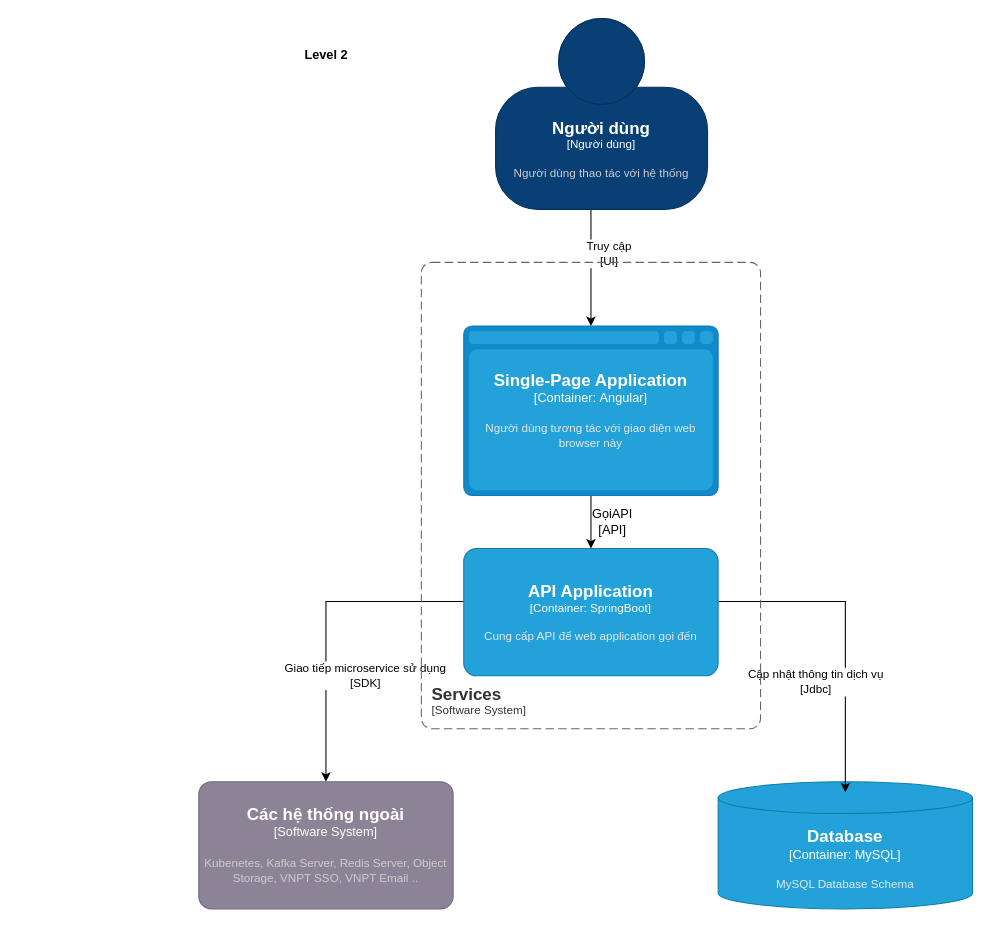
dangngocsoncntt/draw.io keeps this draw.io diagram as lv2-Shorten.drawio. Above is the earlier version. Source tidied: cells renumbered, new cells numbered last; positions are measured from the earlier drawing's top-left corner, leaving out a move shared by most shapes. Both pictures are drawn from the tidied source at 106%, with x=0, y=0 at pixel (198, 18).
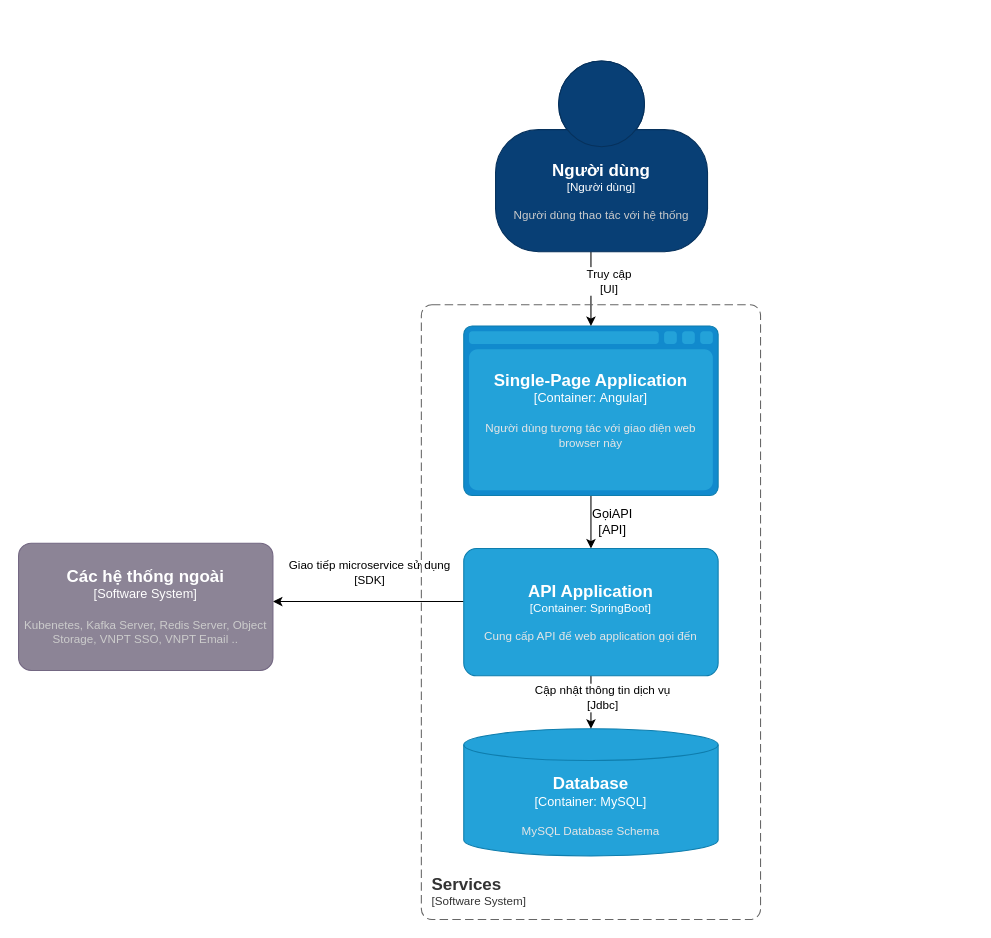
The same page after the edit.

Unchanged cells that the change refers to:
```xml
<mxCell id="8" style="edgeStyle=orthogonalEdgeStyle;rounded=0;jettySize=auto;html=1;" parent="1" edge="1" source="10" target="16">
  <mxGeometry relative="1" as="geometry">
    <Array as="points">
      <mxPoint x="190" y="550" />
      <mxPoint x="190" y="550" />
    </Array>
  </mxGeometry>
</mxCell>
<object id="10" label="&lt;font style=&quot;font-size: 16px&quot;&gt;&lt;b&gt;%c4Name%&lt;/b&gt;&lt;/font&gt;&lt;div&gt;[%c4Type%: %c4Technology%]&lt;/div&gt;&lt;br&gt;&lt;div&gt;&lt;font style=&quot;font-size: 11px&quot;&gt;&lt;font color=&quot;#E6E6E6&quot;&gt;%c4Description%&lt;/font&gt;&lt;/div&gt;" c4Description="Cung cấp API để web application gọi đến " c4Name="API Application" c4Technology="SpringBoot" c4Type="Container" placeholders="1">
  <mxCell style="rounded=1;whiteSpace=wrap;html=1;fontSize=11;labelBackgroundColor=none;fillColor=#23A2D9;fontColor=#ffffff;align=center;arcSize=10;strokeColor=#0E7DAD;points=[[0.25,0,0],[0.5,0,0],[0.75,0,0],[1,0.25,0],[1,0.5,0],[1,0.75,0],[0.75,1,0],[0.5,1,0],[0.25,1,0],[0,0.75,0],[0,0.5,0],[0,0.25,0]];" parent="1" vertex="1">
    <mxGeometry x="250" y="500" width="240" height="120" as="geometry" />
  </mxCell>
</object>
```

The edit, as a diff of the source:
```diff
@@
-    <mxCell id="2" value="Level 2" style="text;html=1;align=center;verticalAlign=middle;strokeColor=none;fillColor=none;fontStyle=1;" parent="1" vertex="1">
-      <mxGeometry x="90" y="20" width="60" height="30" as="geometry" />
-    </mxCell>
     <object id="3" label="&lt;font style=&quot;font-size: 16px&quot;&gt;&lt;b&gt;%c4Type%&lt;/b&gt;&lt;/font&gt;&lt;div&gt;[%c4Container%:&amp;nbsp;%c4Technology%]&lt;/div&gt;&lt;br&gt;&lt;div&gt;&lt;font style=&quot;font-size: 11px&quot;&gt;&lt;font color=&quot;#E6E6E6&quot;&gt;%c4Description%&lt;/font&gt;&lt;/div&gt;" c4Container="Container" c4Description="MySQL Database Schema" c4Technology="MySQL" c4Type="Database" placeholders="1">
       <mxCell style="shape=cylinder3;size=15;whiteSpace=wrap;html=1;boundedLbl=1;rounded=0;labelBackgroundColor=none;fillColor=#23A2D9;fontSize=12;fontColor=#ffffff;align=center;strokeColor=#0E7DAD;points=[[0.5,0,0],[1,0.25,0],[1,0.5,0],[1,0.75,0],[0.5,1,0],[0,0.75,0],[0,0.5,0],[0,0.25,0]];" parent="1" vertex="1">
-        <mxGeometry x="490" y="720" width="240" height="120" as="geometry" />
+        <mxGeometry x="250" y="670" width="240" height="120" as="geometry" />
       </mxCell>
     </object>
@@
-    <mxCell id="6" style="edgeStyle=orthogonalEdgeStyle;rounded=0;jettySize=auto;html=1;" parent="1" edge="1" source="10">
+    <mxCell id="6" style="edgeStyle=orthogonalEdgeStyle;rounded=0;jettySize=auto;html=1;" parent="1" edge="1" source="10" target="3">
       <mxGeometry relative="1" as="geometry">
-        <mxPoint x="610" y="730" as="targetPoint" />
         <Array as="points">
-          <mxPoint x="610" y="550" />
+          <mxPoint x="360" y="670" />
+          <mxPoint x="360" y="670" />
         </Array>
       </mxGeometry>
     </mxCell>
     <mxCell id="7" value="Cập nhật thông tin dịch vụ&lt;br&gt;[Jdbc]" style="edgeLabel;html=1;align=center;verticalAlign=middle;" parent="6" vertex="1">
       <mxGeometry x="0.57" relative="1" as="geometry">
-        <mxPoint x="-29" y="-40" as="offset" />
+        <mxPoint x="10" y="-19" as="offset" />
       </mxGeometry>
     </mxCell>
@@
     <mxCell id="9" value="Giao tiếp microservice sử dụng&lt;br&gt;[SDK]" style="edgeLabel;html=1;align=center;verticalAlign=middle;" parent="8" vertex="1">
       <mxGeometry x="0.52" y="1" relative="1" as="geometry">
-        <mxPoint x="35" y="-29" as="offset" />
+        <mxPoint x="47" y="-29" as="offset" />
       </mxGeometry>
     </mxCell>
@@
     <object id="13" label="&lt;font style=&quot;font-size: 16px&quot;&gt;&lt;b&gt;%c4Name%&lt;/b&gt;&lt;/font&gt;&lt;div&gt;[%c4Type%]&lt;/div&gt;&lt;br&gt;&lt;div&gt;&lt;font style=&quot;font-size: 11px&quot;&gt;&lt;font color=&quot;#cccccc&quot;&gt;%c4Description%&lt;/font&gt;&lt;/div&gt;" c4Description="Người dùng thao tác với hệ thống" c4Name="Người dùng" c4Type="Người dùng" placeholders="1">
       <mxCell style="html=1;fontSize=11;dashed=0;whiteSpace=wrap;fillColor=#083F75;strokeColor=#06315C;fontColor=#ffffff;shape=mxgraph.c4.person2;align=center;points=[[0.5,0,0],[1,0.5,0],[1,0.75,0],[0.75,1,0],[0.5,1,0],[0.25,1,0],[0,0.75,0],[0,0.5,0]];" parent="1" vertex="1">
-        <mxGeometry x="280" width="200" height="180" as="geometry" />
+        <mxGeometry x="280" y="40" width="200" height="180" as="geometry" />
       </mxCell>
     </object>
     <object id="14" label="&lt;font style=&quot;font-size: 16px&quot;&gt;&lt;b&gt;&lt;div style=&quot;text-align: left&quot;&gt;%c4Name%&lt;/div&gt;&lt;/b&gt;&lt;/font&gt;&lt;div style=&quot;text-align: left&quot;&gt;[%c4Application%]&lt;/div&gt;" c4Application="Software System" c4Name="Services" placeholders="1">
       <mxCell style="rounded=1;fontSize=11;whiteSpace=wrap;html=1;dashed=1;arcSize=20;fillColor=none;strokeColor=#666666;fontColor=#333333;labelBackgroundColor=none;align=left;verticalAlign=bottom;labelBorderColor=none;spacingTop=0;spacing=10;dashPattern=8 4;perimeter=rectanglePerimeter;noLabel=0;labelPadding=0;absoluteArcSize=1;" parent="1" vertex="1">
-        <mxGeometry x="210" y="230" width="320" height="440" as="geometry" />
+        <mxGeometry x="210" y="270" width="320" height="580" as="geometry" />
       </mxCell>
     </object>
@@
     <object id="16" label="&lt;font style=&quot;font-size: 16px&quot;&gt;&lt;b&gt;%c4Name%&lt;/b&gt;&lt;/font&gt;&lt;div&gt;[%c4Type%]&lt;/div&gt;&lt;br&gt;&lt;div&gt;&lt;font style=&quot;font-size: 11px&quot;&gt;&lt;font color=&quot;#cccccc&quot;&gt;%c4Description%&lt;/font&gt;&lt;/div&gt;" c4Description="Kubenetes, Kafka Server, Redis Server, Object Storage, VNPT SSO, VNPT Email .." c4Name="Các hệ thống ngoài" c4Type="Software System" placeholders="1">
       <mxCell style="rounded=1;whiteSpace=wrap;html=1;labelBackgroundColor=none;fillColor=#8C8496;fontColor=#ffffff;align=center;arcSize=10;strokeColor=#736782;points=[[0.25,0,0],[0.5,0,0],[0.75,0,0],[1,0.25,0],[1,0.5,0],[1,0.75,0],[0.75,1,0],[0.5,1,0],[0.25,1,0],[0,0.75,0],[0,0.5,0],[0,0.25,0]];" parent="1" vertex="1">
-        <mxGeometry y="720" width="240" height="120" as="geometry" />
+        <mxGeometry x="-170" y="495" width="240" height="120" as="geometry" />
       </mxCell>
     </object>
```
